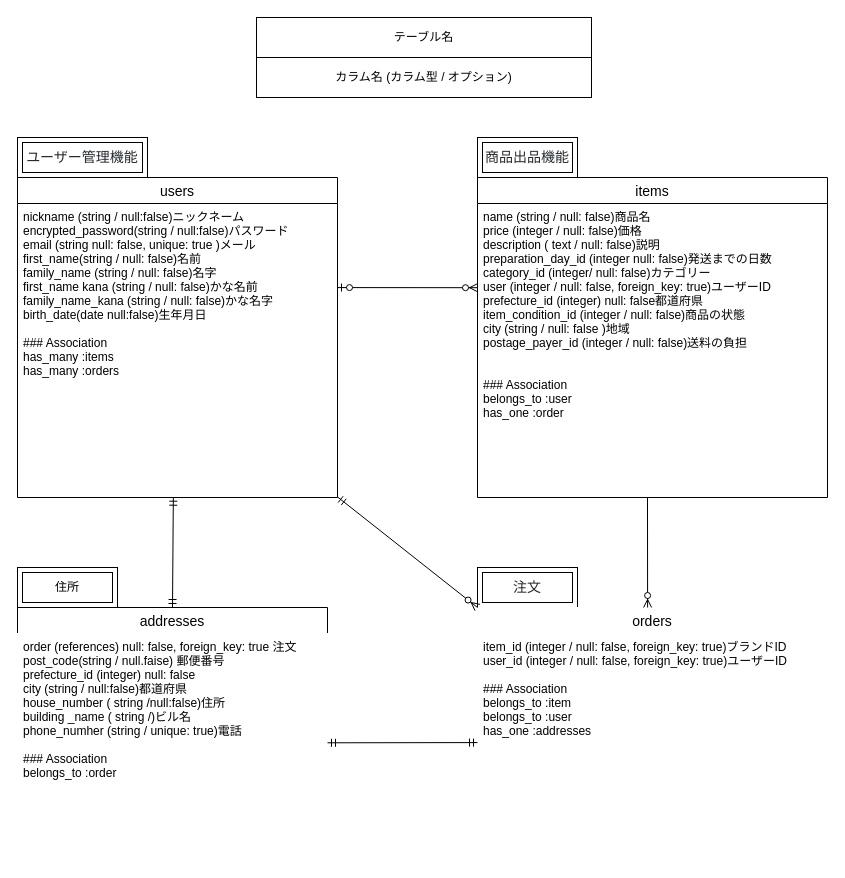
Earlier version of the draw.io diagram ER図.dio (mitsuonitta/furima-38914). Source tidied: cells renumbered, new cells numbered last; positions are measured from the earlier drawing's top-left corner, leaving out a move shared by most shapes. Both pictures are drawn from the tidied source at 100%, with x=0, y=0 at pixel (17, 17).
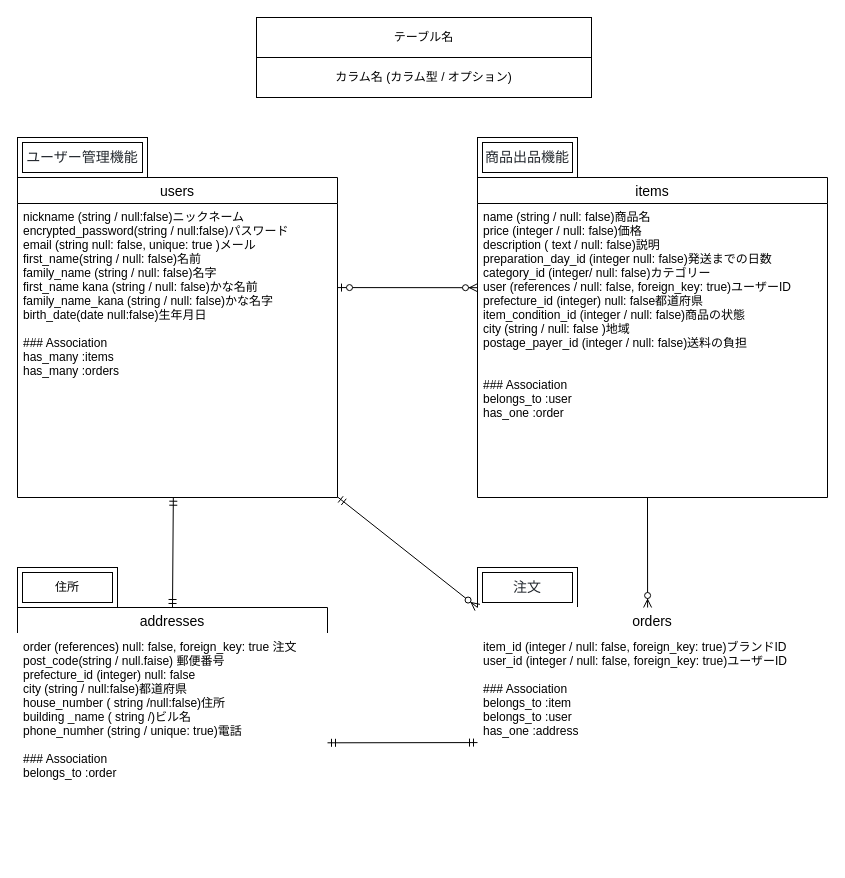
The same page after the edit.

Commit message (it also covers changes not shown here):
third commit custom09

Unchanged cells that the change refers to:
```xml
<mxCell id="4" value="items" style="swimlane;fontStyle=0;horizontal=1;startSize=26;align=center;fontSize=14;" parent="1" vertex="1">
  <mxGeometry x="460" y="160" width="350" height="320" as="geometry" />
</mxCell>
<mxCell id="16" value="orders" style="swimlane;fontStyle=0;horizontal=1;startSize=26;align=center;fontSize=14;labelBackgroundColor=none;strokeColor=#FFFFFF;fontColor=default;" parent="1" vertex="1">
  <mxGeometry x="460" y="590" width="350" height="250" as="geometry" />
</mxCell>
```

What changed in the source:
```diff
@@
-    <mxCell id="5" value="name (string / null: false)商品名&#10;price (integer / null: false)価格&#10;description ( text / null: false)説明&#10;preparation_day_id (integer null: false)発送までの日数&#10;category_id (integer/ null: false)カテゴリー&#10;user (integer / null: false, foreign_key: true)ユーザーID&#10;prefecture_id (integer) null: false都道府県&#10;item_condition_id (integer / null: false)商品の状態&#10;city (string / null: false )地域&#10;postage_payer_id (integer / null: false)送料の負担&#10;&#10;&#10;### Association&#10;belongs_to :user &#10;has_one :order&#10;" style="text;strokeColor=none;fillColor=none;spacingLeft=4;spacingRight=4;overflow=hidden;fontSize=12;" parent="4" vertex="1">
+    <mxCell id="5" value="name (string / null: false)商品名&#10;price (integer / null: false)価格&#10;description ( text / null: false)説明&#10;preparation_day_id (integer null: false)発送までの日数&#10;category_id (integer/ null: false)カテゴリー&#10;user (references / null: false, foreign_key: true)ユーザーID&#10;prefecture_id (integer) null: false都道府県&#10;item_condition_id (integer / null: false)商品の状態&#10;city (string / null: false )地域&#10;postage_payer_id (integer / null: false)送料の負担&#10;&#10;&#10;### Association&#10;belongs_to :user &#10;has_one :order&#10;" style="text;strokeColor=none;fillColor=none;spacingLeft=4;spacingRight=4;overflow=hidden;fontSize=12;" parent="4" vertex="1">
       <mxGeometry y="26" width="350" height="294" as="geometry" />
     </mxCell>
@@
-    <mxCell id="17" value="item_id (integer / null: false, foreign_key: true)ブランドID&#10;user_id (integer / null: false, foreign_key: true)ユーザーID&#10;&#10;### Association&#10;belongs_to :item&#10;belongs_to :user&#10;has_one :addresses&#10;" style="text;strokeColor=none;fillColor=none;spacingLeft=4;spacingRight=4;overflow=hidden;points=[[0,0.5],[1,0.5]];portConstraint=eastwest;fontSize=12;labelBackgroundColor=none;fontColor=default;" parent="16" vertex="1">
+    <mxCell id="17" value="item_id (integer / null: false, foreign_key: true)ブランドID&#10;user_id (integer / null: false, foreign_key: true)ユーザーID&#10;&#10;### Association&#10;belongs_to :item&#10;belongs_to :user&#10;has_one :address&#10;" style="text;strokeColor=none;fillColor=none;spacingLeft=4;spacingRight=4;overflow=hidden;points=[[0,0.5],[1,0.5]];portConstraint=eastwest;fontSize=12;labelBackgroundColor=none;fontColor=default;" parent="16" vertex="1">
       <mxGeometry y="26" width="350" height="224" as="geometry" />
     </mxCell>
```
